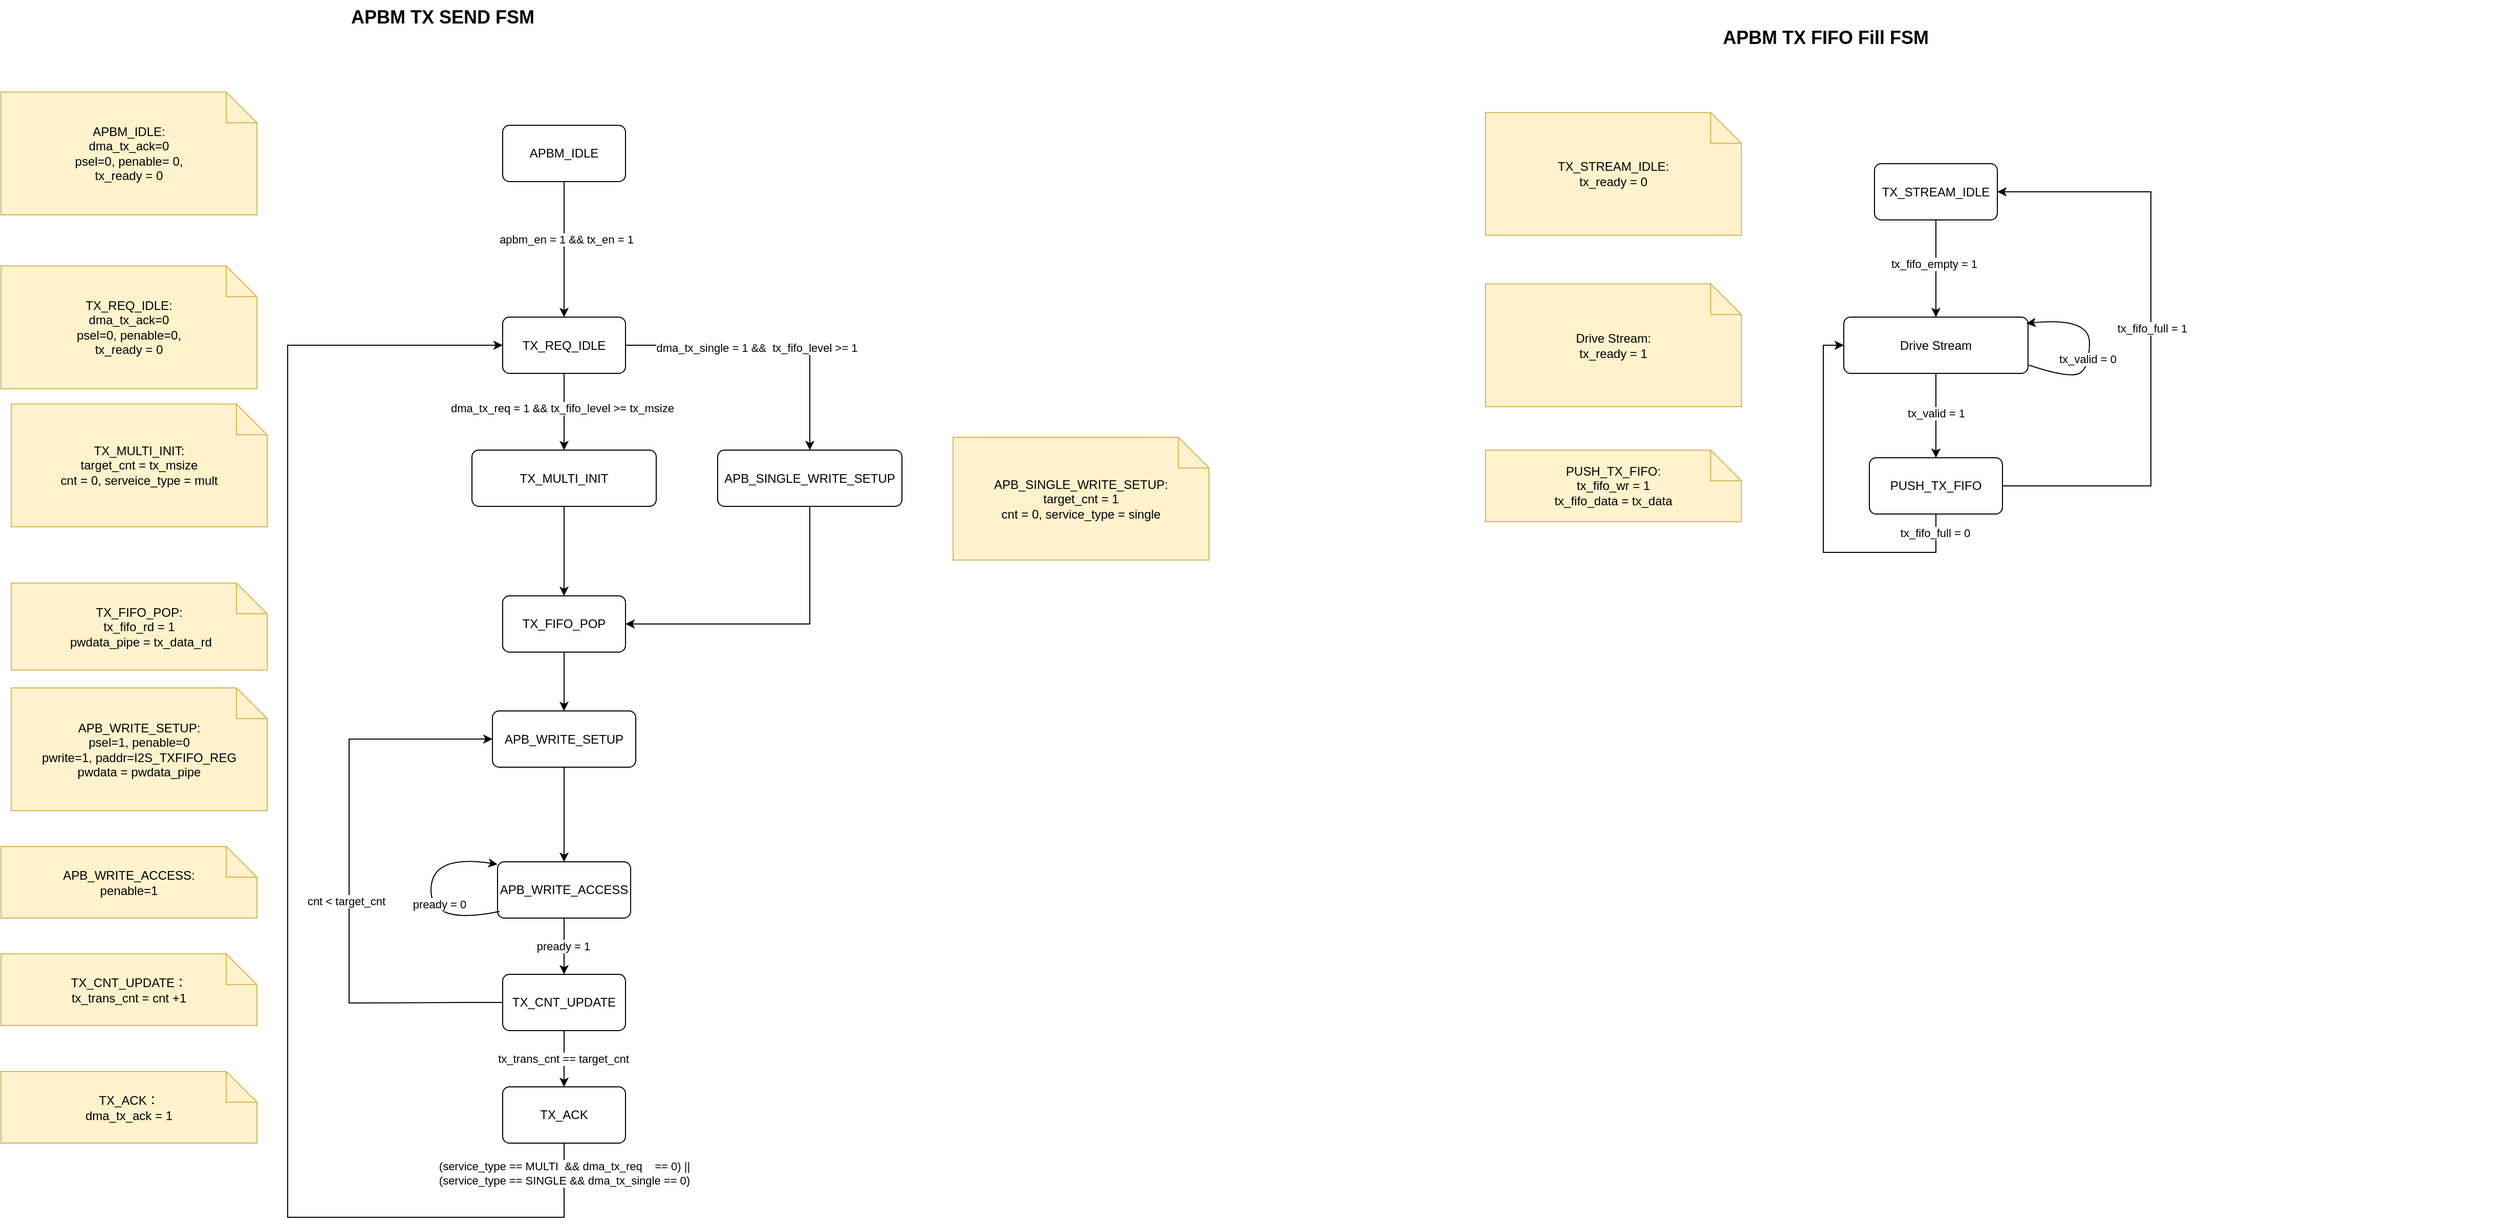
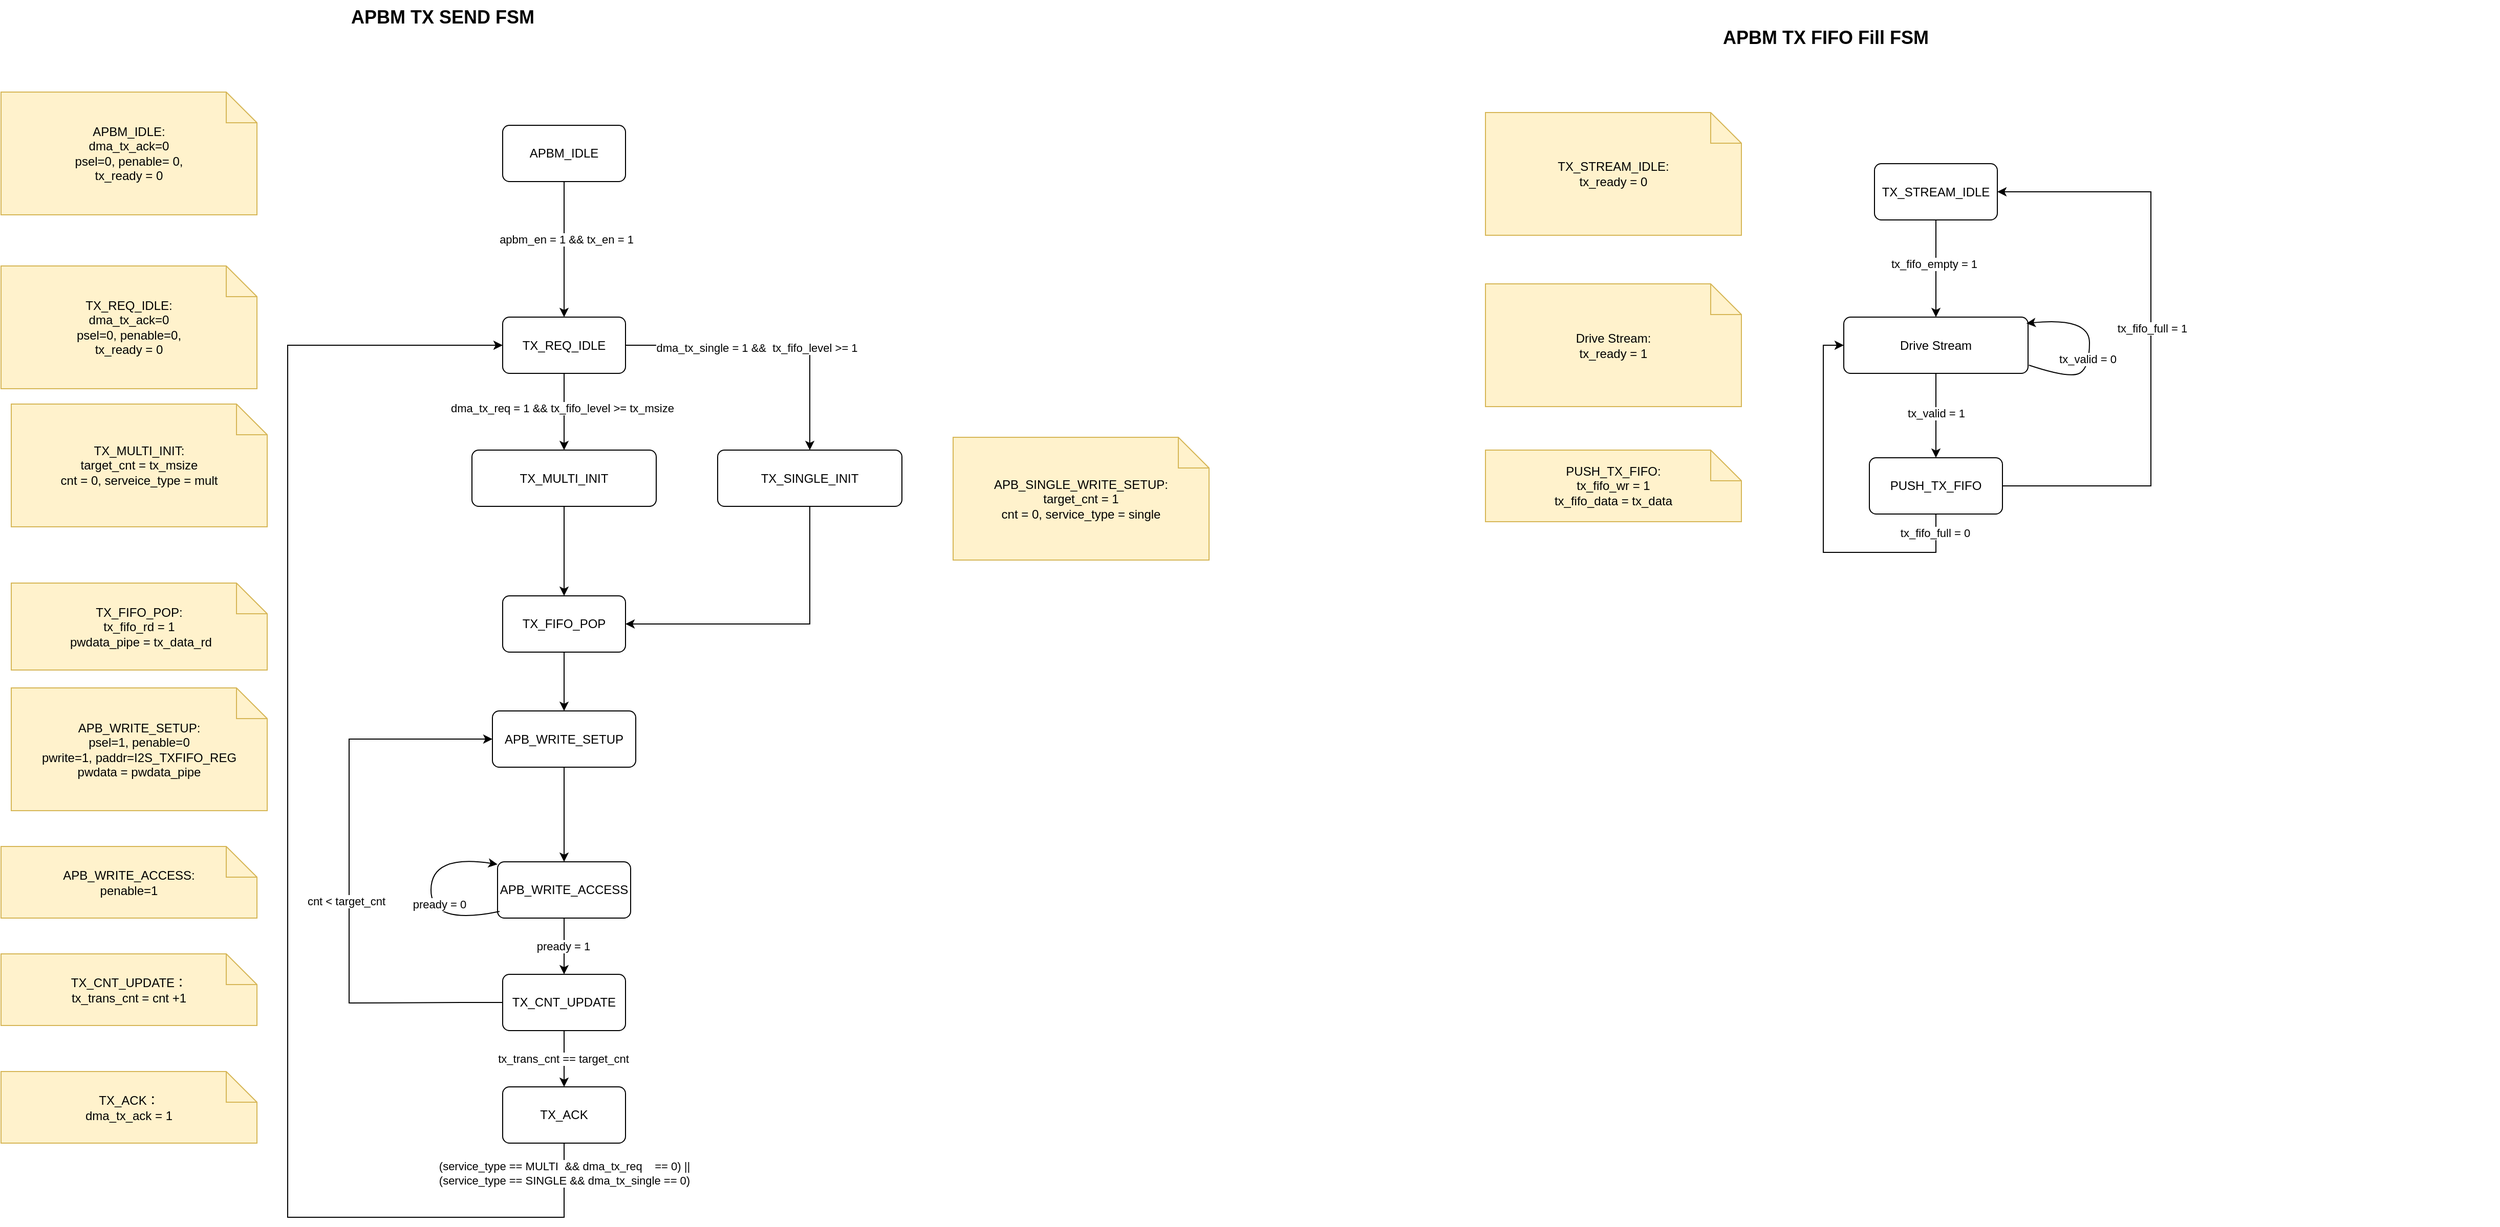
<mxfile host="app.diagrams.net">
  <diagram name="第 1 页" id="fH5n9Me7nUtPE_JYtTzi">
    <mxGraphModel dx="516" dy="291" grid="1" gridSize="10" guides="1" tooltips="1" connect="1" arrows="1" fold="1" page="1" pageScale="1" pageWidth="827" pageHeight="1169" math="0" shadow="0">
      <root>
        <mxCell id="0" />
        <mxCell id="1" parent="0" />
        <mxCell id="Ly1VW1kiYANL2SHkxWqd-1" parent="1" style="text;html=1;strokeColor=none;fillColor=none;fontSize=18;fontStyle=1;" value="APBM TX SEND FSM&amp;nbsp;&amp;nbsp;" vertex="1">
          <mxGeometry height="40" width="760" x="810" y="130" as="geometry" />
        </mxCell>
        <mxCell id="Ly1VW1kiYANL2SHkxWqd-2" parent="1" style="rounded=1;whiteSpace=wrap;html=1;arcSize=12;fillColor=#ffffff;strokeColor=#000000;" value="TX_REQ_IDLE" vertex="1">
          <mxGeometry height="55" width="120" x="960" y="440" as="geometry" />
        </mxCell>
        <mxCell id="Ly1VW1kiYANL2SHkxWqd-3" parent="1" style="rounded=1;whiteSpace=wrap;html=1;arcSize=12;fillColor=#ffffff;strokeColor=#000000;" value="APB_WRITE_SETUP" vertex="1">
          <mxGeometry height="55" width="140" x="950" y="825" as="geometry" />
        </mxCell>
        <mxCell id="Ly1VW1kiYANL2SHkxWqd-4" edge="1" parent="1" source="Ly1VW1kiYANL2SHkxWqd-2" style="endArrow=classic;html=1;rounded=0;exitX=0.5;exitY=1;exitDx=0;exitDy=0;entryX=0.5;entryY=0;entryDx=0;entryDy=0;" target="Ly1VW1kiYANL2SHkxWqd-40" value="">
          <mxGeometry height="50" relative="1" width="50" as="geometry">
            <mxPoint x="1040" y="560" as="sourcePoint" />
            <mxPoint x="1020" y="570" as="targetPoint" />
          </mxGeometry>
        </mxCell>
        <mxCell id="Ly1VW1kiYANL2SHkxWqd-5" connectable="0" parent="Ly1VW1kiYANL2SHkxWqd-4" style="edgeLabel;html=1;align=center;verticalAlign=middle;resizable=0;points=[];" value="dma_tx_req = 1 &amp;amp;&amp;amp; tx_fifo_level &amp;gt;= tx_msize" vertex="1">
          <mxGeometry relative="1" x="-0.0927" y="-2" as="geometry">
            <mxPoint as="offset" />
          </mxGeometry>
        </mxCell>
        <mxCell id="Ly1VW1kiYANL2SHkxWqd-6" parent="1" style="shape=note;whiteSpace=wrap;html=1;fillColor=#fff2cc;strokeColor=#d6b656;" value="APB_WRITE_SETUP:&lt;div&gt;psel=1, penable=0&lt;br&gt;pwrite=1, paddr=I2S_TXFIFO_REG&lt;/div&gt;&lt;div&gt;pwdata = pwdata_pipe&lt;/div&gt;" vertex="1">
          <mxGeometry height="120" width="250" x="480" y="802.5" as="geometry" />
        </mxCell>
        <mxCell id="Ly1VW1kiYANL2SHkxWqd-7" parent="1" style="rounded=1;whiteSpace=wrap;html=1;arcSize=12;fillColor=#ffffff;strokeColor=#000000;" value="APB_WRITE_ACCESS" vertex="1">
          <mxGeometry height="55" width="130" x="955" y="972.5" as="geometry" />
        </mxCell>
        <mxCell id="Ly1VW1kiYANL2SHkxWqd-8" edge="1" parent="1" source="Ly1VW1kiYANL2SHkxWqd-3" style="endArrow=classic;html=1;rounded=0;exitX=0.5;exitY=1;exitDx=0;exitDy=0;entryX=0.5;entryY=0;entryDx=0;entryDy=0;" target="Ly1VW1kiYANL2SHkxWqd-7" value="">
          <mxGeometry height="50" relative="1" width="50" as="geometry">
            <mxPoint x="1030" y="955" as="sourcePoint" />
            <mxPoint x="1080" y="905" as="targetPoint" />
          </mxGeometry>
        </mxCell>
        <mxCell id="Ly1VW1kiYANL2SHkxWqd-9" parent="1" style="shape=note;whiteSpace=wrap;html=1;fillColor=#fff2cc;strokeColor=#d6b656;" value="APB_WRITE_ACCESS:&lt;br&gt;penable=1" vertex="1">
          <mxGeometry height="70" width="250" x="470" y="957.5" as="geometry" />
        </mxCell>
        <mxCell id="Ly1VW1kiYANL2SHkxWqd-10" edge="1" parent="1" source="Ly1VW1kiYANL2SHkxWqd-7" style="curved=1;endArrow=classic;html=1;rounded=0;exitX=0.015;exitY=0.881;exitDx=0;exitDy=0;entryX=0;entryY=0;entryDx=0;entryDy=0;exitPerimeter=0;" value="">
          <mxGeometry height="50" relative="1" width="50" as="geometry">
            <Array as="points">
              <mxPoint x="890" y="1035" />
              <mxPoint x="890" y="965" />
            </Array>
            <mxPoint x="955" y="1030" as="sourcePoint" />
            <mxPoint x="955" y="975" as="targetPoint" />
          </mxGeometry>
        </mxCell>
        <mxCell id="Ly1VW1kiYANL2SHkxWqd-11" connectable="0" parent="Ly1VW1kiYANL2SHkxWqd-10" style="edgeLabel;html=1;align=center;verticalAlign=middle;resizable=0;points=[];" value="pready = 0" vertex="1">
          <mxGeometry relative="1" x="-0.1215" y="-8" as="geometry">
            <mxPoint as="offset" />
          </mxGeometry>
        </mxCell>
        <mxCell id="Ly1VW1kiYANL2SHkxWqd-13" edge="1" parent="1" source="Ly1VW1kiYANL2SHkxWqd-7" style="endArrow=classic;html=1;rounded=0;exitX=0.5;exitY=1;exitDx=0;exitDy=0;entryX=0.5;entryY=0;entryDx=0;entryDy=0;" target="Ly1VW1kiYANL2SHkxWqd-47" value="">
          <mxGeometry height="50" relative="1" width="50" as="geometry">
            <mxPoint x="1010" y="1105" as="sourcePoint" />
            <mxPoint x="1020" y="1072.5" as="targetPoint" />
          </mxGeometry>
        </mxCell>
        <mxCell id="Ly1VW1kiYANL2SHkxWqd-14" connectable="0" parent="Ly1VW1kiYANL2SHkxWqd-13" style="edgeLabel;html=1;align=center;verticalAlign=middle;resizable=0;points=[];" value="pready = 1" vertex="1">
          <mxGeometry relative="1" x="0.0089" y="-1" as="geometry">
            <mxPoint as="offset" />
          </mxGeometry>
        </mxCell>
        <mxCell id="Ly1VW1kiYANL2SHkxWqd-16" parent="1" style="rounded=1;whiteSpace=wrap;html=1;arcSize=12;fillColor=#ffffff;strokeColor=#000000;" value="TX_ACK" vertex="1">
          <mxGeometry height="55" width="120" x="960" y="1192.5" as="geometry" />
        </mxCell>
        <mxCell id="Ly1VW1kiYANL2SHkxWqd-17" edge="1" parent="1" source="Ly1VW1kiYANL2SHkxWqd-47" style="endArrow=classic;html=1;rounded=0;exitX=0.5;exitY=1;exitDx=0;exitDy=0;entryX=0.5;entryY=0;entryDx=0;entryDy=0;" target="Ly1VW1kiYANL2SHkxWqd-16" value="">
          <mxGeometry height="50" relative="1" width="50" as="geometry">
            <mxPoint x="1150.3600000000001" y="1027.5" as="sourcePoint" />
            <mxPoint x="1150" y="1062.5" as="targetPoint" />
          </mxGeometry>
        </mxCell>
        <mxCell id="Ly1VW1kiYANL2SHkxWqd-18" connectable="0" parent="Ly1VW1kiYANL2SHkxWqd-17" style="edgeLabel;html=1;align=center;verticalAlign=middle;resizable=0;points=[];" value="tx_trans_cnt == target_cnt" vertex="1">
          <mxGeometry relative="1" x="0.0089" y="-1" as="geometry">
            <mxPoint as="offset" />
          </mxGeometry>
        </mxCell>
        <mxCell id="Ly1VW1kiYANL2SHkxWqd-19" parent="1" style="shape=note;whiteSpace=wrap;html=1;fillColor=#fff2cc;strokeColor=#d6b656;" value="TX_ACK：&lt;div&gt;dma_tx_ack = 1&lt;/div&gt;" vertex="1">
          <mxGeometry height="70" width="250" x="470" y="1177.5" as="geometry" />
        </mxCell>
        <mxCell id="Ly1VW1kiYANL2SHkxWqd-20" parent="1" style="shape=note;whiteSpace=wrap;html=1;fillColor=#fff2cc;strokeColor=#d6b656;" value="TX_REQ_IDLE:&lt;div&gt;dma_tx_ack=0&lt;/div&gt;&lt;div&gt;psel=0, penable=0,&lt;br&gt;&lt;/div&gt;&lt;div&gt;tx_ready = 0&lt;br&gt;&lt;/div&gt;" vertex="1">
          <mxGeometry height="120" width="250" x="470" y="390" as="geometry" />
        </mxCell>
        <mxCell id="Ly1VW1kiYANL2SHkxWqd-21" edge="1" parent="1" source="Ly1VW1kiYANL2SHkxWqd-16" style="endArrow=classic;html=1;rounded=0;exitX=0.5;exitY=1;exitDx=0;exitDy=0;edgeStyle=orthogonalEdgeStyle;entryX=0;entryY=0.5;entryDx=0;entryDy=0;" target="Ly1VW1kiYANL2SHkxWqd-2" value="">
          <mxGeometry height="50" relative="1" width="50" as="geometry">
            <Array as="points">
              <mxPoint x="1020" y="1320" />
              <mxPoint x="750" y="1320" />
              <mxPoint x="750" y="468" />
            </Array>
            <mxPoint x="909.95" y="1052.5" as="sourcePoint" />
            <mxPoint x="850" y="465" as="targetPoint" />
          </mxGeometry>
        </mxCell>
        <mxCell id="Ly1VW1kiYANL2SHkxWqd-22" connectable="0" parent="Ly1VW1kiYANL2SHkxWqd-21" style="edgeLabel;html=1;align=center;verticalAlign=middle;resizable=0;points=[];" value="&lt;div&gt;(service_type == MULTI&amp;nbsp; &amp;amp;&amp;amp; dma_tx_req&amp;nbsp; &amp;nbsp; == 0) ||&lt;/div&gt;&lt;div&gt;(service_type == SINGLE &amp;amp;&amp;amp; dma_tx_single == 0)&lt;/div&gt;" vertex="1">
          <mxGeometry relative="1" x="-0.9589" as="geometry">
            <mxPoint as="offset" />
          </mxGeometry>
        </mxCell>
        <mxCell id="Ly1VW1kiYANL2SHkxWqd-23" edge="1" parent="1" source="Ly1VW1kiYANL2SHkxWqd-2" style="endArrow=classic;html=1;rounded=0;exitX=1;exitY=0.5;exitDx=0;exitDy=0;edgeStyle=orthogonalEdgeStyle;entryX=0.5;entryY=0;entryDx=0;entryDy=0;" target="Ly1VW1kiYANL2SHkxWqd-25" value="">
          <mxGeometry height="50" relative="1" width="50" as="geometry">
            <mxPoint x="1250" y="540" as="sourcePoint" />
            <mxPoint x="1260" y="560" as="targetPoint" />
          </mxGeometry>
        </mxCell>
        <mxCell id="Ly1VW1kiYANL2SHkxWqd-24" connectable="0" parent="Ly1VW1kiYANL2SHkxWqd-23" style="edgeLabel;html=1;align=center;verticalAlign=middle;resizable=0;points=[];" value="dma_tx_single = 1 &amp;amp;&amp;amp;&amp;nbsp; tx_fifo_level &amp;gt;= 1" vertex="1">
          <mxGeometry relative="1" x="-0.0927" y="-2" as="geometry">
            <mxPoint as="offset" />
          </mxGeometry>
        </mxCell>
-         <mxCell id="Ly1VW1kiYANL2SHkxWqd-25" parent="1" style="rounded=1;whiteSpace=wrap;html=1;arcSize=12;fillColor=#ffffff;strokeColor=#000000;" value="APB_SINGLE_WRITE_SETUP" vertex="1">
+         <mxCell id="Ly1VW1kiYANL2SHkxWqd-25" parent="1" style="rounded=1;whiteSpace=wrap;html=1;arcSize=12;fillColor=#ffffff;strokeColor=#000000;" value="TX_SINGLE_INIT" vertex="1">
          <mxGeometry height="55" width="180" x="1170" y="570" as="geometry" />
        </mxCell>
        <mxCell id="Ly1VW1kiYANL2SHkxWqd-26" parent="1" style="shape=note;whiteSpace=wrap;html=1;fillColor=#fff2cc;strokeColor=#d6b656;" value="APB_SINGLE_WRITE_SETUP:&lt;div&gt;target_cnt = 1&lt;br&gt;cnt = 0, service_type = single&lt;/div&gt;" vertex="1">
          <mxGeometry height="120" width="250" x="1400" y="557.5" as="geometry" />
        </mxCell>
        <mxCell id="Ly1VW1kiYANL2SHkxWqd-27" edge="1" parent="1" source="Ly1VW1kiYANL2SHkxWqd-25" style="endArrow=classic;html=1;rounded=0;exitX=0.5;exitY=1;exitDx=0;exitDy=0;edgeStyle=orthogonalEdgeStyle;entryX=1;entryY=0.5;entryDx=0;entryDy=0;" target="Ly1VW1kiYANL2SHkxWqd-28" value="">
          <mxGeometry height="50" relative="1" width="50" as="geometry">
            <mxPoint x="1230" y="950" as="sourcePoint" />
            <mxPoint x="1090" y="705" as="targetPoint" />
          </mxGeometry>
        </mxCell>
        <mxCell id="Ly1VW1kiYANL2SHkxWqd-28" parent="1" style="rounded=1;whiteSpace=wrap;html=1;arcSize=12;fillColor=#ffffff;strokeColor=#000000;" value="TX_FIFO_POP" vertex="1">
          <mxGeometry height="55" width="120" x="960" y="712.5" as="geometry" />
        </mxCell>
        <mxCell id="Ly1VW1kiYANL2SHkxWqd-29" edge="1" parent="1" source="Ly1VW1kiYANL2SHkxWqd-40" style="endArrow=classic;html=1;rounded=0;entryX=0.5;entryY=0;entryDx=0;entryDy=0;exitX=0.5;exitY=1;exitDx=0;exitDy=0;" target="Ly1VW1kiYANL2SHkxWqd-28" value="">
          <mxGeometry height="50" relative="1" width="50" as="geometry">
            <mxPoint x="1010" y="630" as="sourcePoint" />
            <mxPoint x="1040" y="787.5" as="targetPoint" />
          </mxGeometry>
        </mxCell>
        <mxCell id="Ly1VW1kiYANL2SHkxWqd-33" parent="1" style="shape=note;whiteSpace=wrap;html=1;fillColor=#fff2cc;strokeColor=#d6b656;" value="TX_FIFO_POP:&lt;div&gt;tx_fifo_rd = 1&lt;br&gt;&lt;div&gt;&amp;nbsp;pwdata_pipe = tx_data_rd&lt;/div&gt;&lt;/div&gt;" vertex="1">
          <mxGeometry height="85" width="250" x="480" y="700" as="geometry" />
        </mxCell>
        <mxCell id="Ly1VW1kiYANL2SHkxWqd-34" parent="1" style="rounded=1;whiteSpace=wrap;html=1;arcSize=12;fillColor=#ffffff;strokeColor=#000000;" value="APBM_IDLE" vertex="1">
          <mxGeometry height="55" width="120" x="960" y="252.5" as="geometry" />
        </mxCell>
        <mxCell id="Ly1VW1kiYANL2SHkxWqd-35" edge="1" parent="1" source="Ly1VW1kiYANL2SHkxWqd-34" style="endArrow=classic;html=1;rounded=0;exitX=0.5;exitY=1;exitDx=0;exitDy=0;" target="Ly1VW1kiYANL2SHkxWqd-2" value="">
          <mxGeometry height="50" relative="1" width="50" as="geometry">
            <mxPoint x="1060" y="360" as="sourcePoint" />
            <mxPoint x="1110" y="310" as="targetPoint" />
          </mxGeometry>
        </mxCell>
        <mxCell id="Ly1VW1kiYANL2SHkxWqd-36" connectable="0" parent="Ly1VW1kiYANL2SHkxWqd-35" style="edgeLabel;html=1;align=center;verticalAlign=middle;resizable=0;points=[];" value="apbm_en = 1 &amp;amp;&amp;amp; tx_en = 1" vertex="1">
          <mxGeometry relative="1" x="-0.1446" y="2" as="geometry">
            <mxPoint as="offset" />
          </mxGeometry>
        </mxCell>
        <mxCell id="Ly1VW1kiYANL2SHkxWqd-37" parent="1" style="shape=note;whiteSpace=wrap;html=1;fillColor=#fff2cc;strokeColor=#d6b656;" value="APBM_IDLE:&lt;div&gt;dma_tx_ack=0&lt;/div&gt;&lt;div&gt;psel=0, penable= 0,&lt;br&gt;&lt;/div&gt;&lt;div&gt;tx_ready = 0&lt;/div&gt;" vertex="1">
          <mxGeometry height="120" width="250" x="470" y="220" as="geometry" />
        </mxCell>
        <mxCell id="Ly1VW1kiYANL2SHkxWqd-38" edge="1" parent="1" source="Ly1VW1kiYANL2SHkxWqd-47" style="endArrow=classic;html=1;rounded=0;edgeStyle=orthogonalEdgeStyle;entryX=0;entryY=0.5;entryDx=0;entryDy=0;exitX=0;exitY=0.5;exitDx=0;exitDy=0;" target="Ly1VW1kiYANL2SHkxWqd-3" value="">
          <mxGeometry height="50" relative="1" width="50" as="geometry">
            <Array as="points">
              <mxPoint x="920" y="1109.5" />
              <mxPoint x="810" y="1110.5" />
              <mxPoint x="810" y="852.5" />
            </Array>
            <mxPoint x="920" y="1072.5" as="sourcePoint" />
            <mxPoint x="800" y="732.5" as="targetPoint" />
          </mxGeometry>
        </mxCell>
        <mxCell id="Ly1VW1kiYANL2SHkxWqd-39" connectable="0" parent="Ly1VW1kiYANL2SHkxWqd-38" style="edgeLabel;html=1;align=center;verticalAlign=middle;resizable=0;points=[];" value="cnt &amp;lt; target_cnt" vertex="1">
          <mxGeometry relative="1" x="-0.0902" y="3" as="geometry">
            <mxPoint as="offset" />
          </mxGeometry>
        </mxCell>
        <mxCell id="Ly1VW1kiYANL2SHkxWqd-40" parent="1" style="rounded=1;whiteSpace=wrap;html=1;arcSize=12;fillColor=#ffffff;strokeColor=#000000;" value="TX_MULTI_INIT" vertex="1">
          <mxGeometry height="55" width="180" x="930" y="570" as="geometry" />
        </mxCell>
        <mxCell id="Ly1VW1kiYANL2SHkxWqd-42" parent="1" style="shape=note;whiteSpace=wrap;html=1;fillColor=#fff2cc;strokeColor=#d6b656;" value="TX_MULTI_INIT:&lt;div&gt;target_cnt = tx_msize&lt;br&gt;cnt = 0, serveice_type = mult&lt;/div&gt;" vertex="1">
          <mxGeometry height="120" width="250" x="480" y="525" as="geometry" />
        </mxCell>
        <mxCell id="Ly1VW1kiYANL2SHkxWqd-45" edge="1" parent="1" source="Ly1VW1kiYANL2SHkxWqd-28" style="endArrow=classic;html=1;rounded=0;exitX=0.5;exitY=1;exitDx=0;exitDy=0;" target="Ly1VW1kiYANL2SHkxWqd-3" value="">
          <mxGeometry height="50" relative="1" width="50" as="geometry">
            <mxPoint x="1019.5699999999999" y="767.5" as="sourcePoint" />
            <mxPoint x="1019.5699999999999" y="824.5" as="targetPoint" />
          </mxGeometry>
        </mxCell>
        <mxCell id="Ly1VW1kiYANL2SHkxWqd-47" parent="1" style="rounded=1;whiteSpace=wrap;html=1;arcSize=12;fillColor=#ffffff;strokeColor=#000000;" value="TX_CNT_UPDATE" vertex="1">
          <mxGeometry height="55" width="120" x="960" y="1082.5" as="geometry" />
        </mxCell>
        <mxCell id="Ly1VW1kiYANL2SHkxWqd-48" parent="1" style="shape=note;whiteSpace=wrap;html=1;fillColor=#fff2cc;strokeColor=#d6b656;" value="TX_CNT_UPDATE：&lt;div&gt;tx_trans_cnt = cnt +1&lt;/div&gt;" vertex="1">
          <mxGeometry height="70" width="250" x="470" y="1062.5" as="geometry" />
        </mxCell>
        <mxCell id="Ly1VW1kiYANL2SHkxWqd-49" parent="1" style="text;html=1;strokeColor=none;fillColor=none;fontSize=18;fontStyle=1;" value="APBM TX FIFO Fill FSM&amp;nbsp;&amp;nbsp;" vertex="1">
          <mxGeometry height="40" width="760" x="2150" y="150" as="geometry" />
        </mxCell>
        <mxCell id="Ly1VW1kiYANL2SHkxWqd-50" parent="1" style="rounded=1;whiteSpace=wrap;html=1;arcSize=12;fillColor=#ffffff;strokeColor=#000000;" value="TX_STREAM_IDLE" vertex="1">
          <mxGeometry height="55" width="120" x="2300" y="290" as="geometry" />
        </mxCell>
        <mxCell id="Ly1VW1kiYANL2SHkxWqd-51" parent="1" style="rounded=1;whiteSpace=wrap;html=1;arcSize=12;fillColor=#ffffff;strokeColor=#000000;" value="Drive Stream" vertex="1">
          <mxGeometry height="55" width="180" x="2270" y="440" as="geometry" />
        </mxCell>
        <mxCell id="Ly1VW1kiYANL2SHkxWqd-52" edge="1" parent="1" source="Ly1VW1kiYANL2SHkxWqd-50" style="endArrow=classic;html=1;rounded=0;exitX=0.5;exitY=1;exitDx=0;exitDy=0;entryX=0.5;entryY=0;entryDx=0;entryDy=0;" target="Ly1VW1kiYANL2SHkxWqd-51" value="">
          <mxGeometry height="50" relative="1" width="50" as="geometry">
            <mxPoint x="2380" y="410" as="sourcePoint" />
            <mxPoint x="2430" y="360" as="targetPoint" />
          </mxGeometry>
        </mxCell>
        <mxCell id="Ly1VW1kiYANL2SHkxWqd-53" connectable="0" parent="Ly1VW1kiYANL2SHkxWqd-52" style="edgeLabel;html=1;align=center;verticalAlign=middle;resizable=0;points=[];" value="tx_fifo_empty = 1" vertex="1">
          <mxGeometry relative="1" x="-0.0927" y="-2" as="geometry">
            <mxPoint as="offset" />
          </mxGeometry>
        </mxCell>
        <mxCell id="Ly1VW1kiYANL2SHkxWqd-54" parent="1" style="shape=note;whiteSpace=wrap;html=1;fillColor=#fff2cc;strokeColor=#d6b656;" value="Drive Stream:&lt;div&gt;tx_ready = 1&lt;/div&gt;" vertex="1">
          <mxGeometry height="120" width="250" x="1920" y="407.5" as="geometry" />
        </mxCell>
        <mxCell id="Ly1VW1kiYANL2SHkxWqd-55" parent="1" style="rounded=1;whiteSpace=wrap;html=1;arcSize=12;fillColor=#ffffff;strokeColor=#000000;" value="PUSH_TX_FIFO" vertex="1">
          <mxGeometry height="55" width="130" x="2295" y="577.5" as="geometry" />
        </mxCell>
        <mxCell id="Ly1VW1kiYANL2SHkxWqd-56" edge="1" parent="1" source="Ly1VW1kiYANL2SHkxWqd-51" style="endArrow=classic;html=1;rounded=0;exitX=0.5;exitY=1;exitDx=0;exitDy=0;entryX=0.5;entryY=0;entryDx=0;entryDy=0;" target="Ly1VW1kiYANL2SHkxWqd-55" value="">
          <mxGeometry height="50" relative="1" width="50" as="geometry">
            <mxPoint x="2370" y="560" as="sourcePoint" />
            <mxPoint x="2420" y="510" as="targetPoint" />
          </mxGeometry>
        </mxCell>
        <mxCell id="Ly1VW1kiYANL2SHkxWqd-57" connectable="0" parent="Ly1VW1kiYANL2SHkxWqd-56" style="edgeLabel;html=1;align=center;verticalAlign=middle;resizable=0;points=[];" value="tx_valid = 1" vertex="1">
          <mxGeometry relative="1" x="-0.0537" as="geometry">
            <mxPoint as="offset" />
          </mxGeometry>
        </mxCell>
        <mxCell id="Ly1VW1kiYANL2SHkxWqd-58" parent="1" style="shape=note;whiteSpace=wrap;html=1;fillColor=#fff2cc;strokeColor=#d6b656;" value="PUSH_TX_FIFO:&lt;div&gt;tx_fifo_wr = 1&lt;/div&gt;&lt;div&gt;tx_fifo_data = tx_data&lt;/div&gt;" vertex="1">
          <mxGeometry height="70" width="250" x="1920" y="570" as="geometry" />
        </mxCell>
        <mxCell id="Ly1VW1kiYANL2SHkxWqd-59" parent="1" style="shape=note;whiteSpace=wrap;html=1;fillColor=#fff2cc;strokeColor=#d6b656;" value="TX_STREAM_IDLE:&lt;div&gt;tx_ready = 0&lt;/div&gt;" vertex="1">
          <mxGeometry height="120" width="250" x="1920" y="240" as="geometry" />
        </mxCell>
        <mxCell id="Ly1VW1kiYANL2SHkxWqd-60" edge="1" parent="1" source="Ly1VW1kiYANL2SHkxWqd-55" style="endArrow=classic;html=1;rounded=0;exitX=0.5;exitY=1;exitDx=0;exitDy=0;entryX=0;entryY=0.5;entryDx=0;entryDy=0;edgeStyle=orthogonalEdgeStyle;" target="Ly1VW1kiYANL2SHkxWqd-51" value="">
          <mxGeometry height="50" relative="1" width="50" as="geometry">
            <Array as="points">
              <mxPoint x="2360" y="670" />
              <mxPoint x="2250" y="670" />
              <mxPoint x="2250" y="468" />
            </Array>
            <mxPoint x="2550" y="570" as="sourcePoint" />
            <mxPoint x="2600" y="520" as="targetPoint" />
          </mxGeometry>
        </mxCell>
        <mxCell id="Ly1VW1kiYANL2SHkxWqd-61" connectable="0" parent="Ly1VW1kiYANL2SHkxWqd-60" style="edgeLabel;html=1;align=center;verticalAlign=middle;resizable=0;points=[];" value="tx_fifo_full = 0" vertex="1">
          <mxGeometry relative="1" x="-0.9016" y="-1" as="geometry">
            <mxPoint as="offset" />
          </mxGeometry>
        </mxCell>
        <mxCell id="Ly1VW1kiYANL2SHkxWqd-62" edge="1" parent="1" source="Ly1VW1kiYANL2SHkxWqd-55" style="endArrow=classic;html=1;rounded=0;exitX=1;exitY=0.5;exitDx=0;exitDy=0;entryX=1;entryY=0.5;entryDx=0;entryDy=0;edgeStyle=orthogonalEdgeStyle;" target="Ly1VW1kiYANL2SHkxWqd-50" value="">
          <mxGeometry height="50" relative="1" width="50" as="geometry">
            <Array as="points">
              <mxPoint x="2570" y="605" />
              <mxPoint x="2570" y="318" />
            </Array>
            <mxPoint x="2510" y="600" as="sourcePoint" />
            <mxPoint x="2560" y="550" as="targetPoint" />
          </mxGeometry>
        </mxCell>
        <mxCell id="Ly1VW1kiYANL2SHkxWqd-63" connectable="0" parent="Ly1VW1kiYANL2SHkxWqd-62" style="edgeLabel;html=1;align=center;verticalAlign=middle;resizable=0;points=[];" value="tx_fifo_full = 1" vertex="1">
          <mxGeometry relative="1" x="0.0267" y="-1" as="geometry">
            <mxPoint as="offset" />
          </mxGeometry>
        </mxCell>
        <mxCell id="Ly1VW1kiYANL2SHkxWqd-64" edge="1" parent="1" source="Ly1VW1kiYANL2SHkxWqd-51" style="curved=1;endArrow=classic;html=1;rounded=0;entryX=0.991;entryY=0.112;entryDx=0;entryDy=0;exitX=1.005;exitY=0.854;exitDx=0;exitDy=0;exitPerimeter=0;entryPerimeter=0;" target="Ly1VW1kiYANL2SHkxWqd-51" value="">
          <mxGeometry height="50" relative="1" width="50" as="geometry">
            <Array as="points">
              <mxPoint x="2490" y="500" />
              <mxPoint x="2510" y="490" />
              <mxPoint x="2510" y="440" />
            </Array>
            <mxPoint x="2460" y="560" as="sourcePoint" />
            <mxPoint x="2510" y="510" as="targetPoint" />
          </mxGeometry>
        </mxCell>
        <mxCell id="Ly1VW1kiYANL2SHkxWqd-65" connectable="0" parent="Ly1VW1kiYANL2SHkxWqd-64" style="edgeLabel;html=1;align=center;verticalAlign=middle;resizable=0;points=[];" value="tx_valid = 0" vertex="1">
          <mxGeometry relative="1" x="-0.1698" y="2" as="geometry">
            <mxPoint as="offset" />
          </mxGeometry>
        </mxCell>
      </root>
    </mxGraphModel>
  </diagram>
</mxfile>
